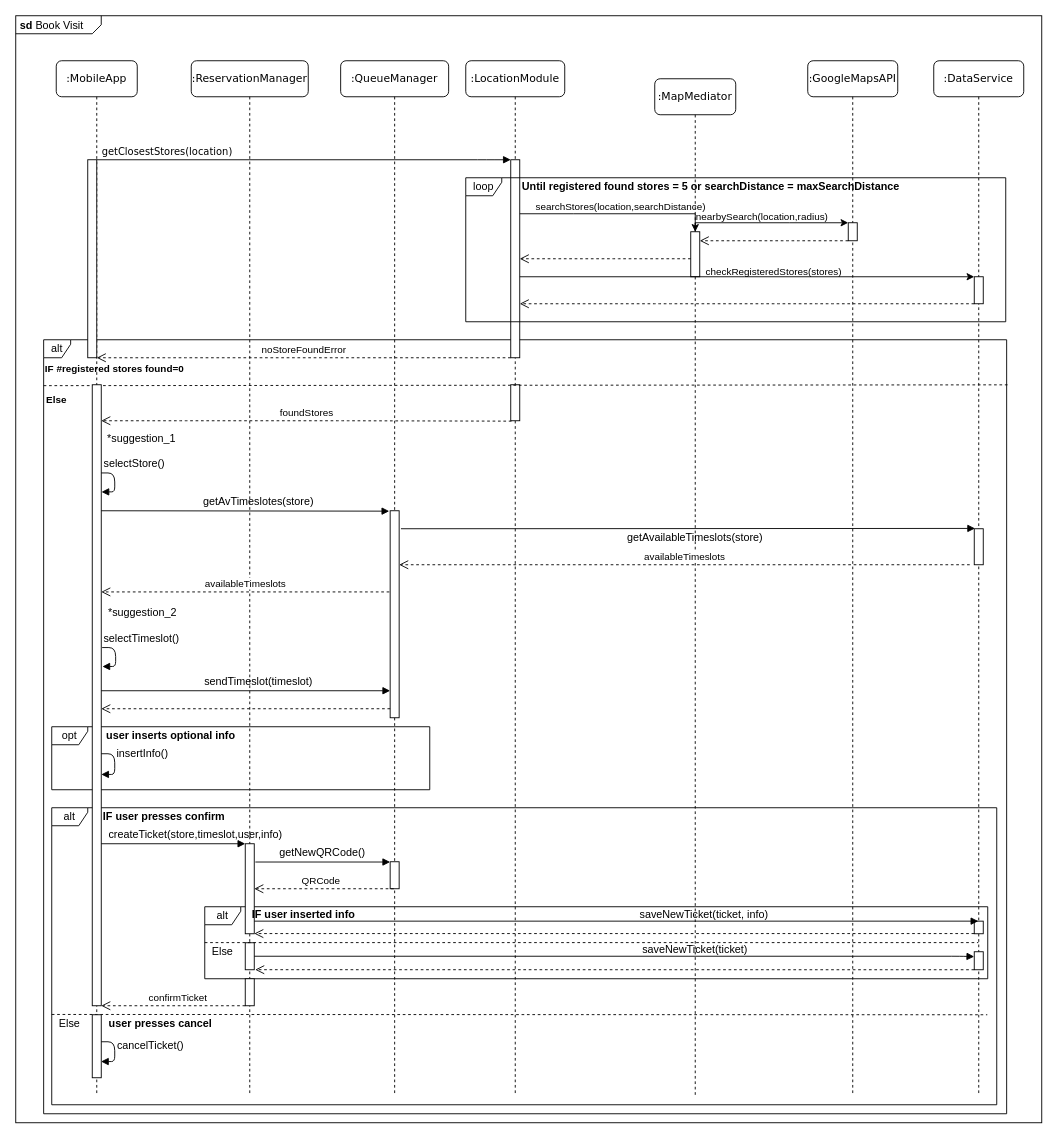
This is Relevant DD information/Sequence Diagrams/DrawIO/bookVisitSeq.drawio from EtionPinari/PinariRomeoSbrolli, a draw.io file, before an edit. Source tidied: cells renumbered, new cells numbered last; positions are measured from the earlier drawing's top-left corner, leaving out a move shared by most shapes. Both pictures are drawn from the tidied source at 90%, with x=0, y=0 at pixel (15, 15).
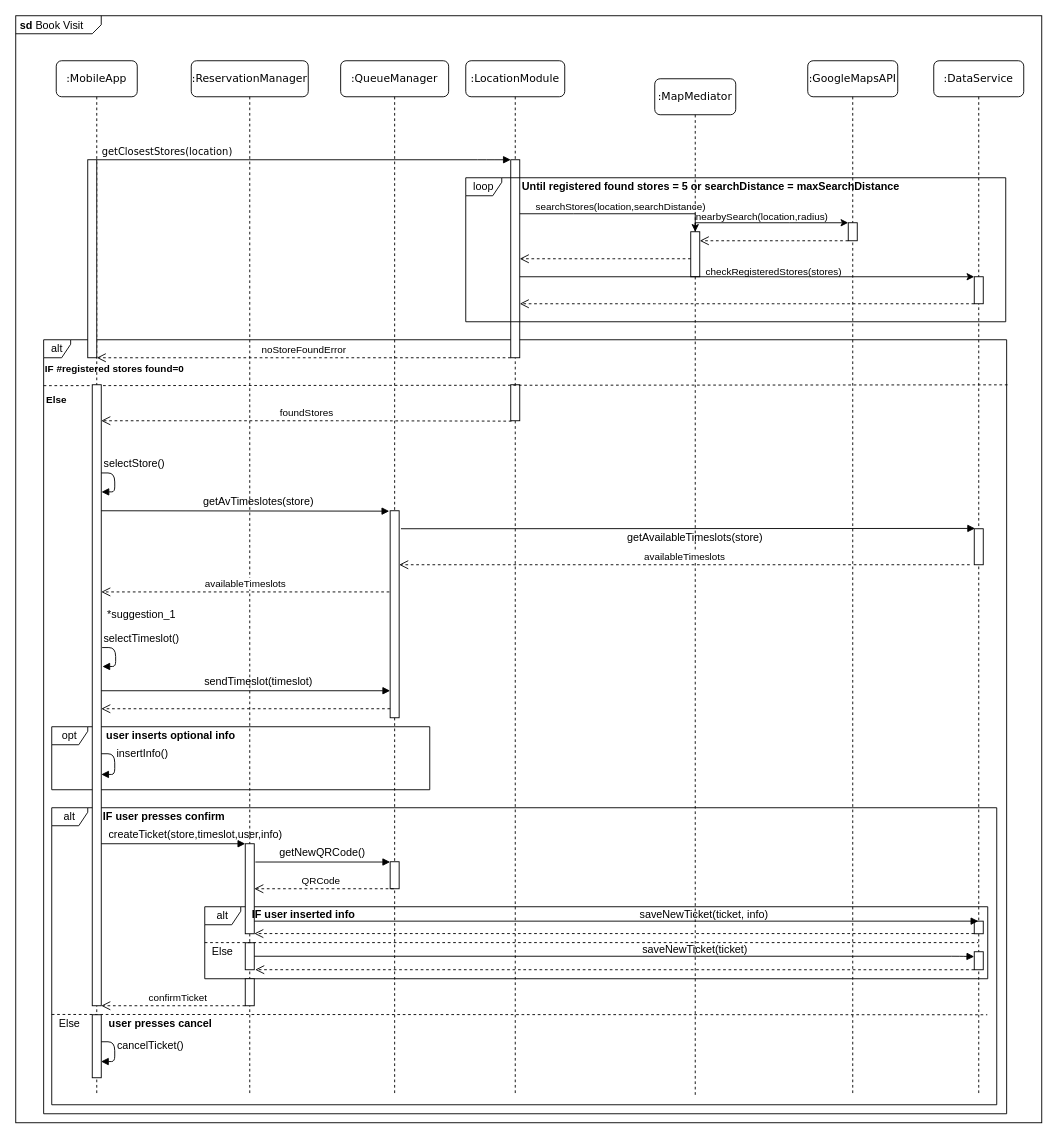
The same page after the edit.

Change to the diagram source:
```diff
@@
     <mxCell id="47" value="*suggestion_1" style="text;html=1;strokeColor=none;fillColor=none;align=center;verticalAlign=middle;whiteSpace=wrap;rounded=0;" parent="1" vertex="1">
-      <mxGeometry x="100" y="460" width="80" height="20" as="geometry" />
+      <mxGeometry x="100" y="656" width="80" height="20" as="geometry" />
     </mxCell>
@@
-    <mxCell id="56" value="*suggestion_2" style="text;html=1;strokeColor=none;fillColor=none;align=center;verticalAlign=middle;whiteSpace=wrap;rounded=0;" parent="1" vertex="1">
-      <mxGeometry x="101" y="654" width="80" height="20" as="geometry" />
-    </mxCell>
```
